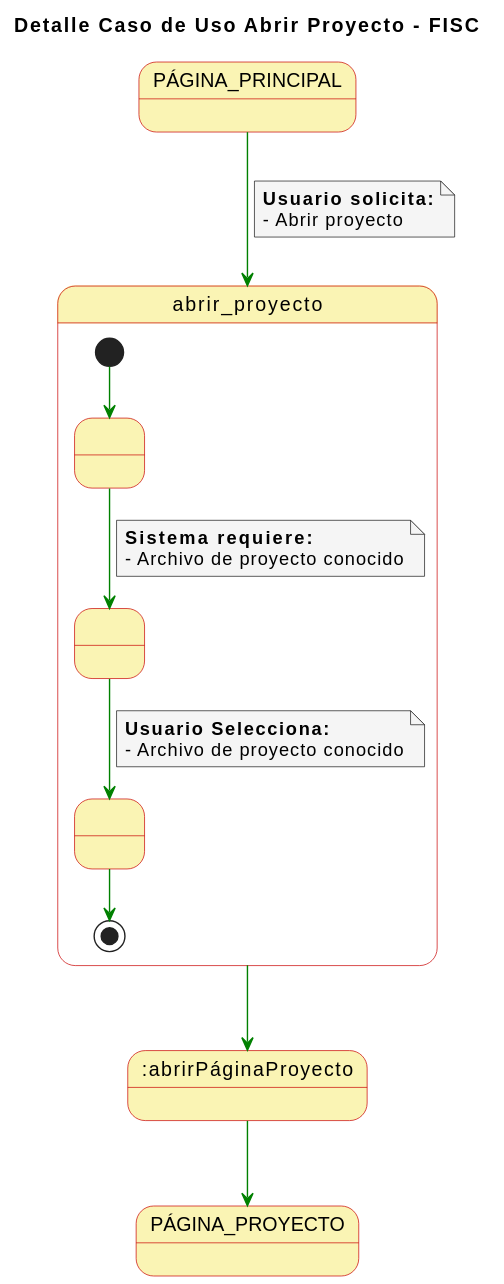
Earlier version of the PlantUML export imagenes/casosDeUso/detallesCasosUso/detalleCasoUsoAbrirProyecto.svg (mmasias/23-24-IdSw1-SDR). The source it was exported from:
```plantuml
@startuml
skinparam state {
  BackgroundColor #faf4b4
  BorderColor #c90000
}

skinparam note {
  BackgroundColor #f5f5f5
}

skinparam linetype polyline

title Detalle Caso de Uso Abrir Proyecto - FISC


PÁGINA_PRINCIPAL -[#green]-> abrir_proyecto
note on link
  **Usuario solicita:**
  - Abrir proyecto
end note

state abrir_proyecto{
  state 1 as " "
  state 2 as " "
  state 3 as " "

  [*] -[#green]-> 1
  1 -[#green]-> 2
  note on link
      **Sistema requiere:**
      - Archivo de proyecto conocido
  end note
  2 -[#green]-> 3
  note on link
    **Usuario Selecciona:**
    - Archivo de proyecto conocido
  end note

  3 -[#green]-> [*]
}

abrir_proyecto-[#green]-> :abrirPáginaProyecto

:abrirPáginaProyecto -[#green]-> PÁGINA_PROYECTO
@enduml
```
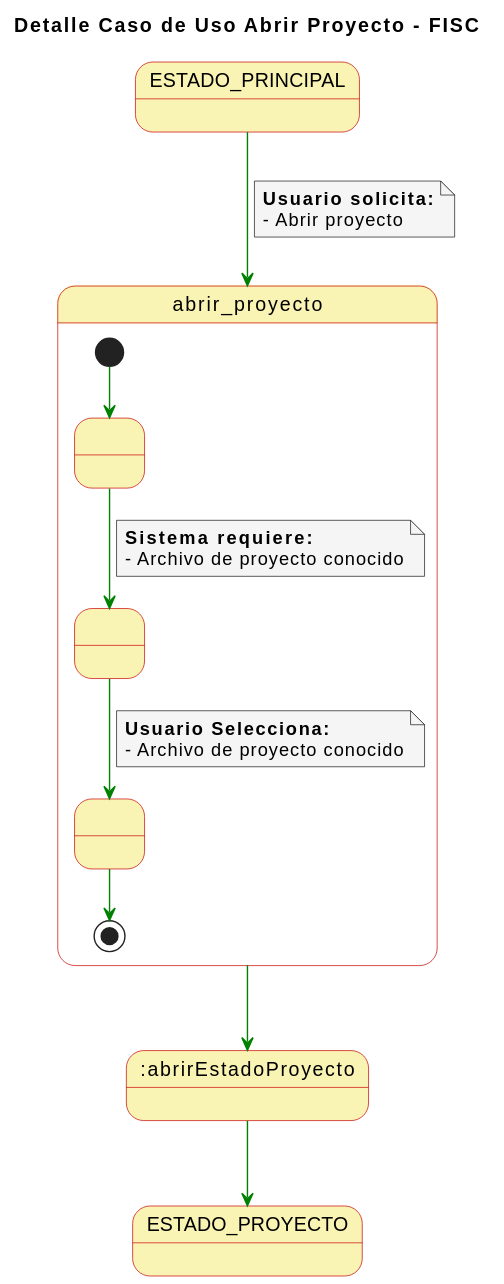
After the commit.

Change to the diagram source:
```diff
@@ -13,7 +13,7 @@
 title Detalle Caso de Uso Abrir Proyecto - FISC
 
 
-PÁGINA_PRINCIPAL -[#green]-> abrir_proyecto
+ESTADO_PRINCIPAL -[#green]-> abrir_proyecto
 note on link
   **Usuario solicita:**
   - Abrir proyecto
@@ -39,7 +39,7 @@
   3 -[#green]-> [*]
 }
 
-abrir_proyecto-[#green]-> :abrirPáginaProyecto
+abrir_proyecto-[#green]-> :abrirEstadoProyecto
 
-:abrirPáginaProyecto -[#green]-> PÁGINA_PROYECTO
+:abrirEstadoProyecto -[#green]-> ESTADO_PROYECTO
 @enduml
```
